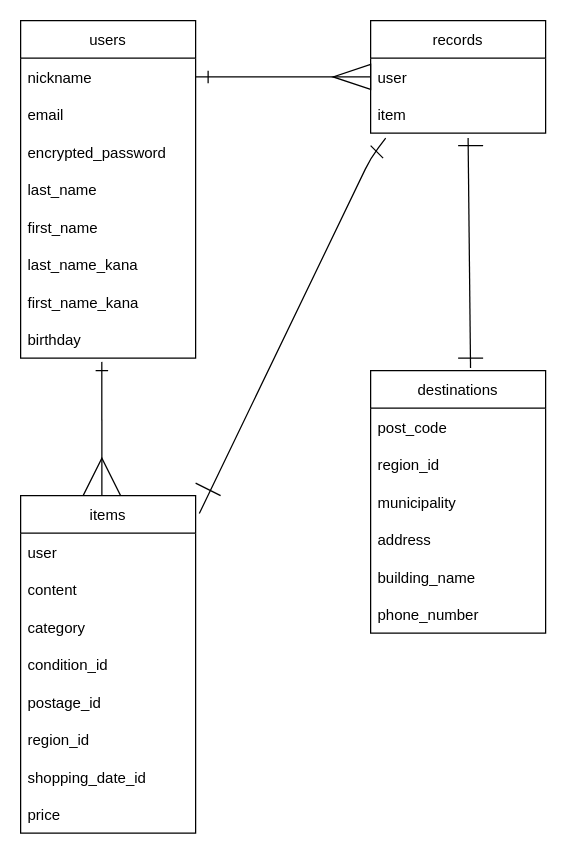
Above: test.dio in kazuhira1228/furima-37853 (draw.io), before the change. Source tidied: cells renumbered, new cells numbered last; positions are measured from the earlier drawing's top-left corner, leaving out a move shared by most shapes. Both pictures are drawn from the tidied source at 125%, with x=0, y=0 at pixel (20, 20).
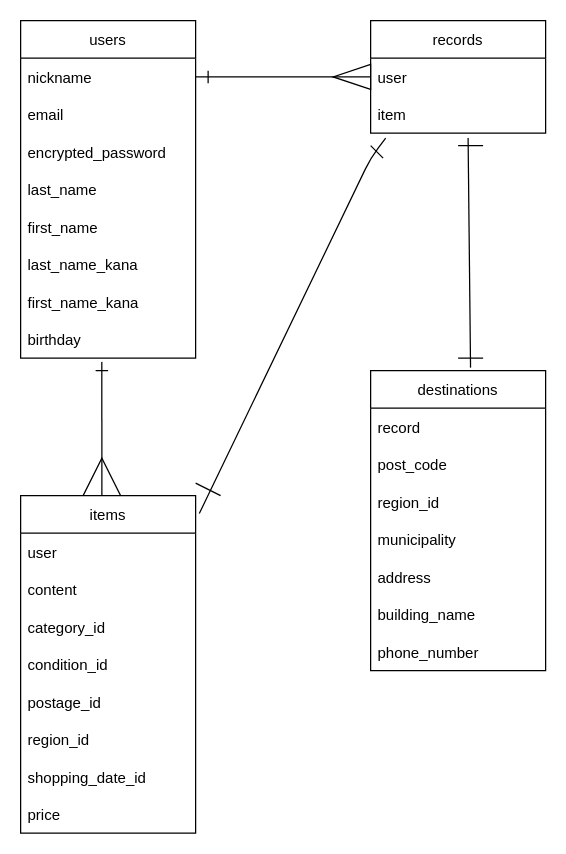
After the change.

Commit message (it also covers changes not shown here):
データベース設計　forth commit

The change refers to these unchanged cells:
```xml
<mxCell id="15" value="items" style="swimlane;fontStyle=0;horizontal=1;startSize=30;" parent="1" vertex="1">
  <mxGeometry y="380" width="140" height="270" as="geometry" />
</mxCell>
```

What changed in the source:
```diff
@@
-    <mxCell id="18" value="category" style="text;strokeColor=none;fillColor=none;align=left;verticalAlign=middle;spacingLeft=4;spacingRight=4;overflow=hidden;" parent="15" vertex="1">
+    <mxCell id="18" value="category_id" style="text;strokeColor=none;fillColor=none;align=left;verticalAlign=middle;spacingLeft=4;spacingRight=4;overflow=hidden;" parent="15" vertex="1">
       <mxGeometry y="90" width="140" height="30" as="geometry" />
     </mxCell>
@@
     <mxCell id="28" value="destinations" style="swimlane;fontStyle=0;horizontal=1;startSize=30;" parent="1" vertex="1">
-      <mxGeometry x="280" y="280" width="140" height="210" as="geometry" />
+      <mxGeometry x="280" y="280" width="140" height="240" as="geometry" />
     </mxCell>
+    <mxCell id="42" value="record" style="text;strokeColor=none;fillColor=none;align=left;verticalAlign=middle;spacingLeft=4;spacingRight=4;overflow=hidden;" parent="28" vertex="1">
+      <mxGeometry y="30" width="140" height="30" as="geometry" />
+    </mxCell>
     <mxCell id="29" value="post_code" style="text;strokeColor=none;fillColor=none;align=left;verticalAlign=middle;spacingLeft=4;spacingRight=4;overflow=hidden;" parent="28" vertex="1">
-      <mxGeometry y="30" width="140" height="30" as="geometry" />
+      <mxGeometry y="60" width="140" height="30" as="geometry" />
     </mxCell>
     <mxCell id="30" value="region_id" style="text;strokeColor=none;fillColor=none;align=left;verticalAlign=middle;spacingLeft=4;spacingRight=4;overflow=hidden;" parent="28" vertex="1">
-      <mxGeometry y="60" width="140" height="30" as="geometry" />
+      <mxGeometry y="90" width="140" height="30" as="geometry" />
     </mxCell>
     <mxCell id="31" value="municipality" style="text;strokeColor=none;fillColor=none;align=left;verticalAlign=middle;spacingLeft=4;spacingRight=4;overflow=hidden;" parent="28" vertex="1">
-      <mxGeometry y="90" width="140" height="30" as="geometry" />
+      <mxGeometry y="120" width="140" height="30" as="geometry" />
     </mxCell>
     <mxCell id="32" value="address" style="text;strokeColor=none;fillColor=none;align=left;verticalAlign=middle;spacingLeft=4;spacingRight=4;overflow=hidden;" parent="28" vertex="1">
-      <mxGeometry y="120" width="140" height="30" as="geometry" />
+      <mxGeometry y="150" width="140" height="30" as="geometry" />
     </mxCell>
     <mxCell id="33" value="building_name" style="text;strokeColor=none;fillColor=none;align=left;verticalAlign=middle;spacingLeft=4;spacingRight=4;overflow=hidden;" parent="28" vertex="1">
-      <mxGeometry y="150" width="140" height="30" as="geometry" />
+      <mxGeometry y="180" width="140" height="30" as="geometry" />
     </mxCell>
     <mxCell id="34" value="phone_number" style="text;strokeColor=none;fillColor=none;align=left;verticalAlign=middle;spacingLeft=4;spacingRight=4;overflow=hidden;" parent="28" vertex="1">
-      <mxGeometry y="180" width="140" height="30" as="geometry" />
+      <mxGeometry y="210" width="140" height="30" as="geometry" />
     </mxCell>
```
